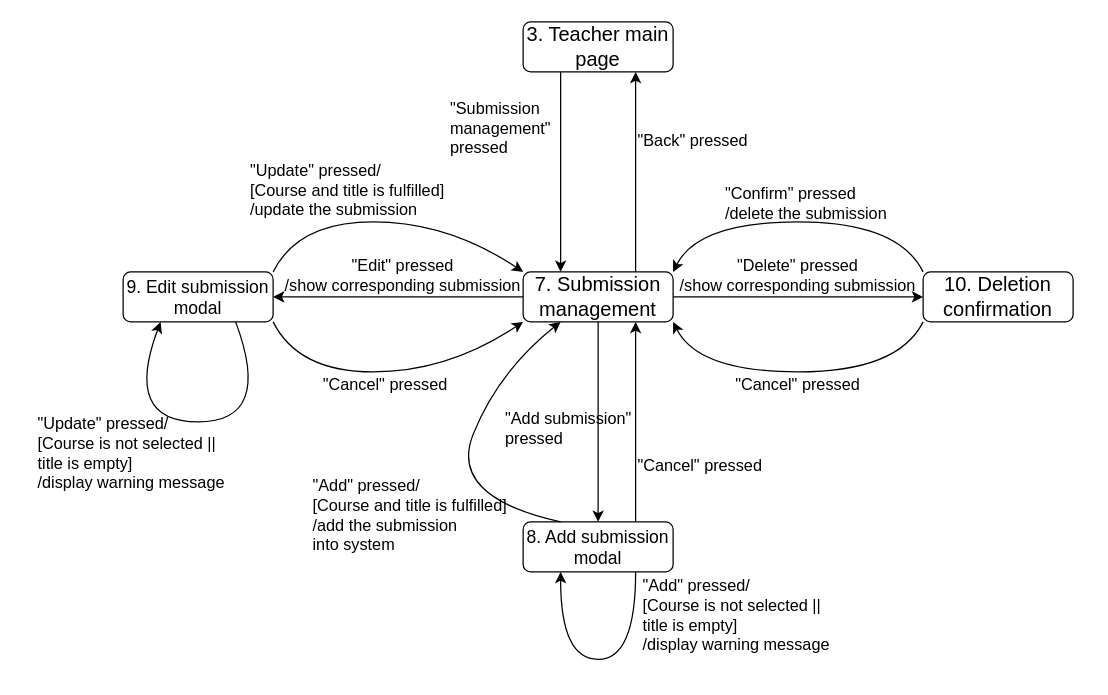
This is Documents/Specifications/Diagrams/3.3_SubmissionManagement.drawio from ShyScott/Air, a draw.io file, before an edit. Source tidied: cells renumbered, new cells numbered last; positions are measured from the earlier drawing's top-left corner, leaving out a move shared by most shapes. Both pictures are drawn from the tidied source at 125%, with x=0, y=0 at pixel (35, 21).
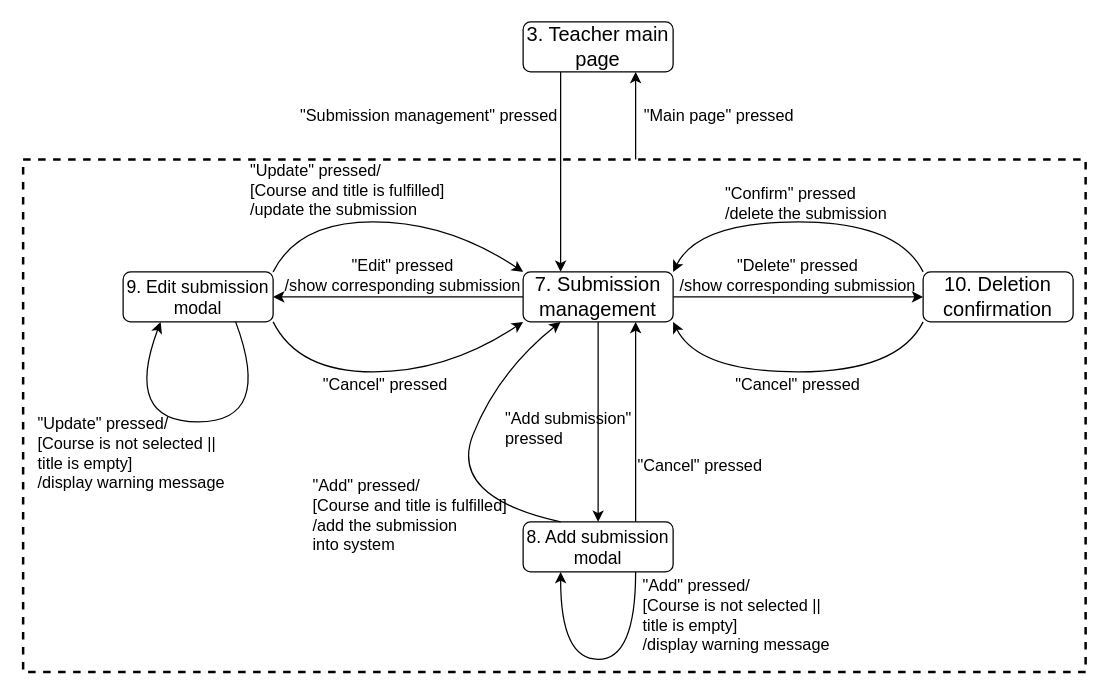
The same diagram, later.

The change refers to these unchanged cells:
```xml
<mxCell id="6" value="&lt;font style=&quot;font-size: 16px&quot;&gt;7. Submission management&lt;/font&gt;" style="rounded=1;whiteSpace=wrap;html=1;" parent="1" vertex="1">
  <mxGeometry x="390" y="200" width="120" height="40" as="geometry" />
</mxCell>
<mxCell id="25" value="&lt;font style=&quot;font-size: 16px&quot;&gt;3. Teacher main page&lt;/font&gt;" style="rounded=1;whiteSpace=wrap;html=1;" parent="1" vertex="1">
  <mxGeometry x="390" width="120" height="40" as="geometry" />
</mxCell>
```

The edit, as a diff of the source:
```diff
@@
+    <mxCell id="33" style="rounded=0;whiteSpace=wrap;html=1;fillColor=none;dashed=1;strokeWidth=2;" parent="1" vertex="1">
+      <mxGeometry x="-10" y="110" width="850" height="410" as="geometry" />
+    </mxCell>
@@
-    <mxCell id="5" style="edgeStyle=orthogonalEdgeStyle;rounded=0;jettySize=auto;html=1;exitX=0.75;exitY=0;exitDx=0;exitDy=0;entryX=0.75;entryY=1;entryDx=0;entryDy=0;" parent="1" edge="1" source="6" target="25">
-      <mxGeometry relative="1" as="geometry" />
+    <mxCell id="5" style="edgeStyle=orthogonalEdgeStyle;rounded=0;jettySize=auto;html=1;entryX=0.75;entryY=1;entryDx=0;entryDy=0;" parent="1" edge="1" source="33" target="25">
+      <mxGeometry relative="1" as="geometry">
+        <Array as="points">
+          <mxPoint x="480" y="90" />
+          <mxPoint x="480" y="90" />
+        </Array>
+      </mxGeometry>
     </mxCell>
@@
     <mxCell id="26" value="&lt;span style=&quot;font-size: 13px&quot;&gt;&quot;Submission management&quot; pressed&lt;/span&gt;" style="text;html=1;strokeColor=none;fillColor=none;align=left;verticalAlign=middle;whiteSpace=wrap;rounded=0;" parent="1" vertex="1">
-      <mxGeometry x="330" y="60" width="90" height="50" as="geometry" />
+      <mxGeometry x="210" y="65" width="210" height="20" as="geometry" />
     </mxCell>
-    <mxCell id="27" value="&lt;span style=&quot;font-size: 13px&quot;&gt;&quot;Back&quot; pressed&lt;/span&gt;" style="text;html=1;strokeColor=none;fillColor=none;align=left;verticalAlign=middle;whiteSpace=wrap;rounded=0;" parent="1" vertex="1">
-      <mxGeometry x="480" y="80" width="100" height="30" as="geometry" />
+    <mxCell id="27" value="&lt;span style=&quot;font-size: 13px&quot;&gt;&quot;Main page&quot; pressed&lt;/span&gt;" style="text;html=1;strokeColor=none;fillColor=none;align=left;verticalAlign=middle;whiteSpace=wrap;rounded=0;" parent="1" vertex="1">
+      <mxGeometry x="485" y="60" width="135" height="30" as="geometry" />
     </mxCell>
```
